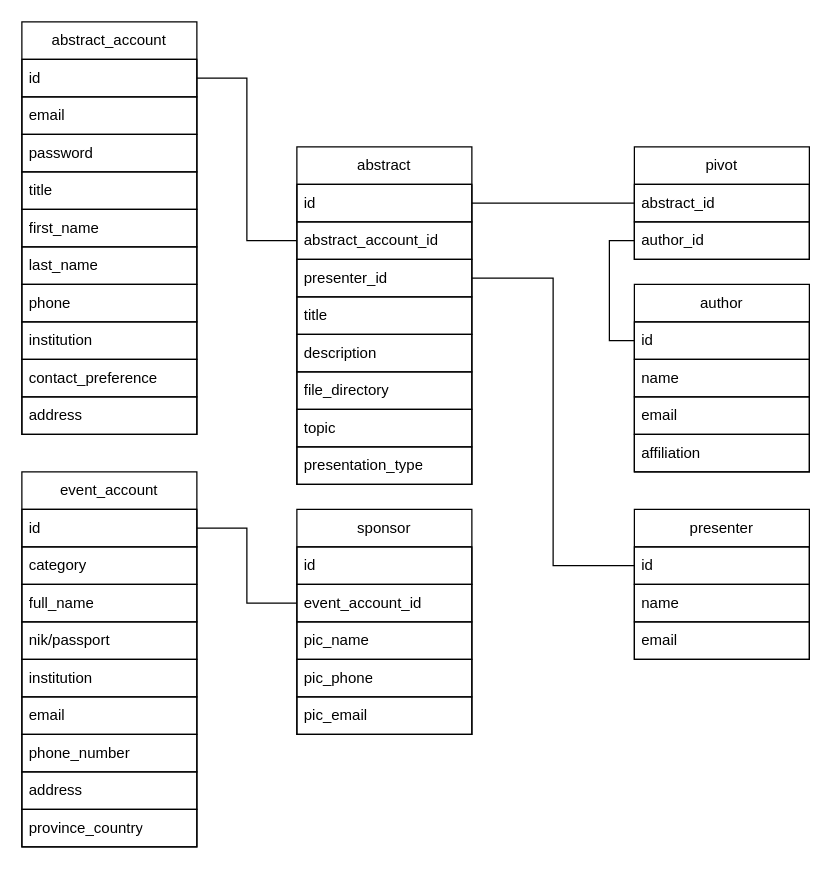
The draw.io diagram notes/classDiagram.drawio.xml in LaughingOracle/abstrak, before the edit. Source tidied: cells renumbered, new cells numbered last; positions are measured from the earlier drawing's top-left corner, leaving out a move shared by most shapes. Both pictures are drawn from the tidied source at 125%, with x=0, y=0 at pixel (21, 21).
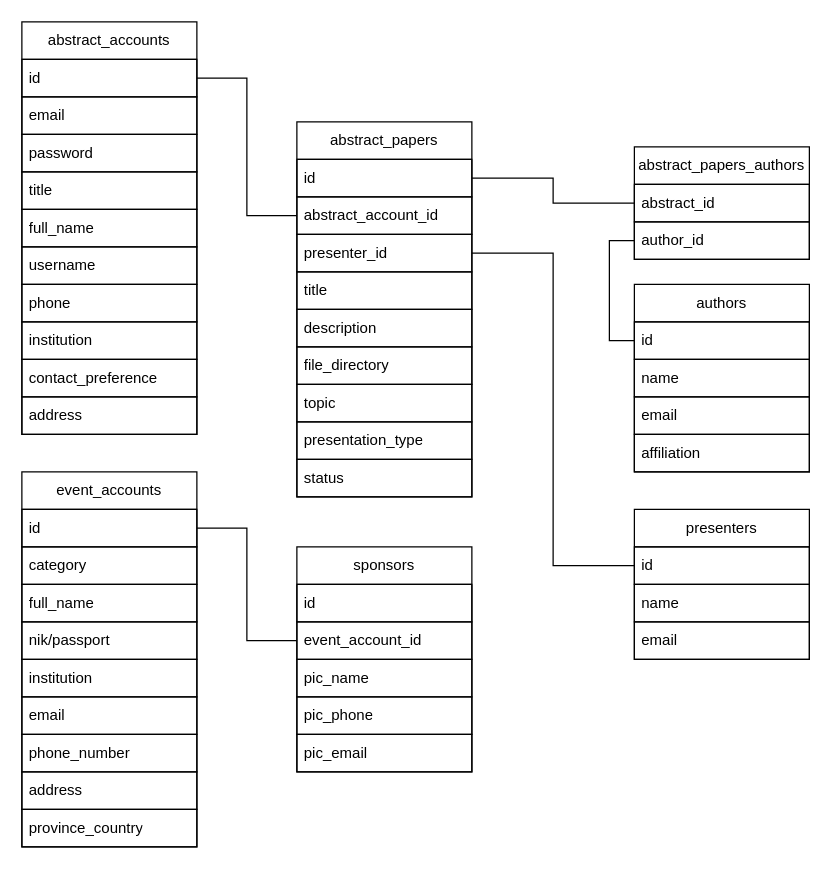
Above is the later version.

Change to the diagram source:
```diff
@@
-    <mxCell id="2" value="abstract_account" style="swimlane;fontStyle=0;horizontal=1;startSize=30;html=1;labelBorderColor=none;textShadow=0;swimlaneFillColor=none;swimlaneLine=1;glass=0;strokeColor=default;perimeterSpacing=1;fillStyle=zigzag-line;gradientColor=none;fillColor=none;shadow=0;rounded=0;whiteSpace=wrap;labelBackgroundColor=default;" parent="1" vertex="1">
+    <mxCell id="2" value="abstract_accounts" style="swimlane;fontStyle=0;horizontal=1;startSize=30;html=1;labelBorderColor=none;textShadow=0;swimlaneFillColor=none;swimlaneLine=1;glass=0;strokeColor=default;perimeterSpacing=1;fillStyle=zigzag-line;gradientColor=none;fillColor=none;shadow=0;rounded=0;whiteSpace=wrap;labelBackgroundColor=default;" parent="1" vertex="1">
       <mxGeometry width="140" height="330" as="geometry" />
     </mxCell>
@@
-    <mxCell id="7" value="first_name" style="text;strokeColor=default;fillColor=none;align=left;verticalAlign=middle;spacingLeft=4;spacingRight=4;overflow=hidden;whiteSpace=wrap;html=1;" parent="2" vertex="1">
+    <mxCell id="7" value="full_name" style="text;strokeColor=default;fillColor=none;align=left;verticalAlign=middle;spacingLeft=4;spacingRight=4;overflow=hidden;whiteSpace=wrap;html=1;" parent="2" vertex="1">
       <mxGeometry y="150" width="140" height="30" as="geometry" />
     </mxCell>
-    <mxCell id="8" value="last_name" style="text;strokeColor=default;fillColor=none;align=left;verticalAlign=middle;spacingLeft=4;spacingRight=4;overflow=hidden;whiteSpace=wrap;html=1;" parent="2" vertex="1">
+    <mxCell id="8" value="username" style="text;strokeColor=default;fillColor=none;align=left;verticalAlign=middle;spacingLeft=4;spacingRight=4;overflow=hidden;whiteSpace=wrap;html=1;" parent="2" vertex="1">
       <mxGeometry y="180" width="140" height="30" as="geometry" />
     </mxCell>
@@
-    <mxCell id="13" value="event_account" style="swimlane;fontStyle=0;horizontal=1;startSize=30;whiteSpace=wrap;html=1;" parent="1" vertex="1">
+    <mxCell id="13" value="event_accounts" style="swimlane;fontStyle=0;horizontal=1;startSize=30;whiteSpace=wrap;html=1;" parent="1" vertex="1">
       <mxGeometry y="360" width="140" height="300" as="geometry" />
     </mxCell>
@@
-    <mxCell id="23" value="abstract" style="swimlane;fontStyle=0;horizontal=1;startSize=30;whiteSpace=wrap;html=1;" parent="1" vertex="1">
-      <mxGeometry x="220" y="100" width="140" height="270" as="geometry" />
+    <mxCell id="23" value="abstract_papers" style="swimlane;fontStyle=0;horizontal=1;startSize=30;whiteSpace=wrap;html=1;" parent="1" vertex="1">
+      <mxGeometry x="220" y="80" width="140" height="300" as="geometry" />
     </mxCell>
@@
+    <mxCell id="58" value="status" style="text;strokeColor=default;fillColor=none;align=left;verticalAlign=middle;spacingLeft=4;spacingRight=4;overflow=hidden;whiteSpace=wrap;html=1;" parent="23" vertex="1">
+      <mxGeometry y="270" width="140" height="30" as="geometry" />
+    </mxCell>
-    <mxCell id="32" value="author" style="swimlane;fontStyle=0;horizontal=1;startSize=30;whiteSpace=wrap;html=1;" parent="1" vertex="1">
+    <mxCell id="32" value="authors" style="swimlane;fontStyle=0;horizontal=1;startSize=30;whiteSpace=wrap;html=1;" parent="1" vertex="1">
       <mxGeometry x="490" y="210" width="140" height="150" as="geometry" />
     </mxCell>
@@
-    <mxCell id="37" value="presenter" style="swimlane;fontStyle=0;horizontal=1;startSize=30;whiteSpace=wrap;html=1;" parent="1" vertex="1">
+    <mxCell id="37" value="presenters" style="swimlane;fontStyle=0;horizontal=1;startSize=30;whiteSpace=wrap;html=1;" parent="1" vertex="1">
       <mxGeometry x="490" y="390" width="140" height="120" as="geometry" />
     </mxCell>
@@
-    <mxCell id="41" value="sponsor" style="swimlane;fontStyle=0;horizontal=1;startSize=30;whiteSpace=wrap;html=1;" parent="1" vertex="1">
-      <mxGeometry x="220" y="390" width="140" height="180" as="geometry" />
+    <mxCell id="41" value="sponsors" style="swimlane;fontStyle=0;horizontal=1;startSize=30;whiteSpace=wrap;html=1;" parent="1" vertex="1">
+      <mxGeometry x="220" y="420" width="140" height="180" as="geometry" />
     </mxCell>
@@
-    <mxCell id="49" value="pivot" style="swimlane;fontStyle=0;horizontal=1;startSize=30;whiteSpace=wrap;html=1;" parent="1" vertex="1">
+    <mxCell id="49" value="abstract_papers_authors" style="swimlane;fontStyle=0;horizontal=1;startSize=30;whiteSpace=wrap;html=1;" parent="1" vertex="1">
       <mxGeometry x="490" y="100" width="140" height="90" as="geometry" />
     </mxCell>
```
